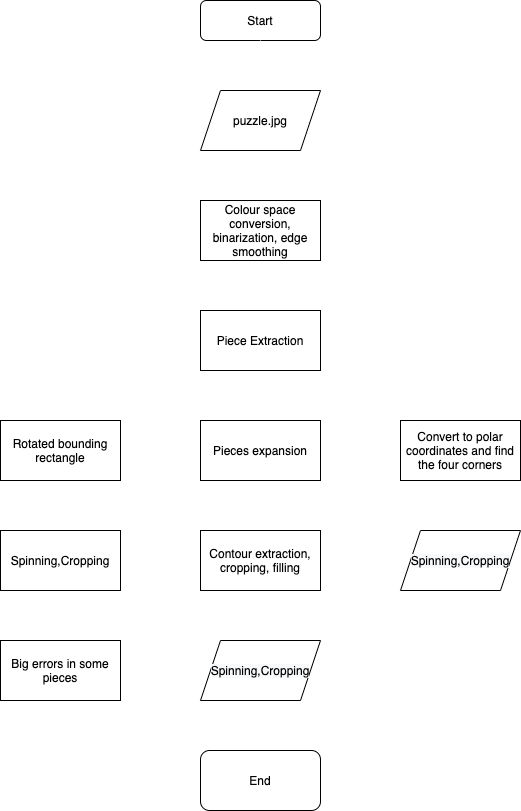
kangzou-s/OpenCV-Jigsaw keeps this draw.io diagram as img_presentation/jigsaw_Diagram.png. Above is the earlier version. Source tidied: cells renumbered, new cells last; positions are measured from the earlier drawing's top-left corner, leaving out a move shared by most shapes.
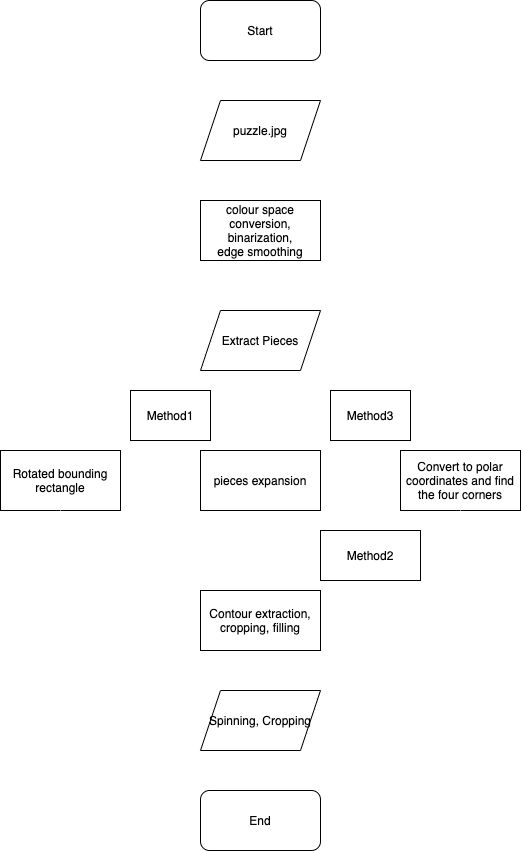
Above is the later version.

Diff of the diagram source:
```diff
@@ -2,99 +2,103 @@
   <root>
     <mxCell id="0" />
     <mxCell id="1" parent="0" />
+    <mxCell id="7" style="edgeStyle=orthogonalEdgeStyle;rounded=0;jettySize=auto;html=1;strokeColor=#FFFFFF;" parent="1" edge="1" source="2" target="4">
+      <mxGeometry relative="1" as="geometry" />
+    </mxCell>
-    <mxCell id="2" value="Start" style="rounded=1;whiteSpace=wrap;html=1;fontSize=12;glass=0;strokeWidth=1;shadow=0;" parent="1" vertex="1">
-      <mxGeometry x="200" width="120" height="40" as="geometry" />
+    <mxCell id="2" value="Start" style="rounded=1;whiteSpace=wrap;html=1;" parent="1" vertex="1">
+      <mxGeometry x="228" y="100" width="120" height="60" as="geometry" />
     </mxCell>
-    <mxCell id="3" style="edgeStyle=orthogonalEdgeStyle;rounded=0;jettySize=auto;html=1;strokeColor=#FFFFFF;" parent="1" edge="1" source="4">
-      <mxGeometry relative="1" as="geometry">
-        <mxPoint x="260" y="200" as="targetPoint" />
-        <Array as="points">
-          <mxPoint x="260" y="180" />
-          <mxPoint x="260" y="180" />
-        </Array>
-      </mxGeometry>
-    </mxCell>
+    <mxCell id="28" style="edgeStyle=orthogonalEdgeStyle;rounded=0;jettySize=auto;html=1;strokeColor=#FFFFFF;" parent="1" edge="1" source="29" target="32">
+      <mxGeometry relative="1" as="geometry" />
+    </mxCell>
+    <mxCell id="29" value="colour space&lt;br&gt;conversion,&lt;br&gt;binarization,&lt;br&gt;edge smoothing" style="rounded=0;whiteSpace=wrap;html=1;" parent="1" vertex="1">
+      <mxGeometry x="228" y="300" width="120" height="60" as="geometry" />
+    </mxCell>
+    <mxCell id="30" style="edgeStyle=orthogonalEdgeStyle;rounded=0;jettySize=auto;html=1;strokeColor=#FFFFFF;" parent="1" edge="1" source="4" target="29">
+      <mxGeometry relative="1" as="geometry" />
+    </mxCell>
     <mxCell id="4" value="puzzle.jpg" style="shape=parallelogram;perimeter=parallelogramPerimeter;whiteSpace=wrap;html=1;fixedSize=1;" parent="1" vertex="1">
-      <mxGeometry x="200" y="90" width="120" height="60" as="geometry" />
+      <mxGeometry x="228" y="200" width="120" height="60" as="geometry" />
     </mxCell>
-    <mxCell id="5" style="edgeStyle=orthogonalEdgeStyle;rounded=0;jettySize=auto;html=1;strokeColor=#FFFFFF;" parent="1" edge="1" source="6">
-      <mxGeometry relative="1" as="geometry">
-        <mxPoint x="260" y="310" as="targetPoint" />
-      </mxGeometry>
-    </mxCell>
-    <mxCell id="6" value="Colour space conversion, binarization, edge smoothing" style="whiteSpace=wrap;html=1;" parent="1" vertex="1">
-      <mxGeometry x="200" y="200" width="120" height="60" as="geometry" />
-    </mxCell>
-    <mxCell id="7" style="endArrow=classic;html=1;exitX=0.5;exitY=1;exitDx=0;exitDy=0;strokeColor=#FFFFFF;" parent="1" edge="1" source="2" target="4">
-      <mxGeometry relative="1" as="geometry" />
-    </mxCell>
-    <mxCell id="8" style="edgeStyle=orthogonalEdgeStyle;rounded=0;jettySize=auto;html=1;strokeColor=#FFFFFF;" parent="1" edge="1" source="9" target="13">
-      <mxGeometry relative="1" as="geometry" />
-    </mxCell>
-    <mxCell id="9" value="Piece Extraction" style="whiteSpace=wrap;html=1;" parent="1" vertex="1">
-      <mxGeometry x="200" y="310" width="120" height="60" as="geometry" />
-    </mxCell>
-    <mxCell id="10" style="edgeStyle=orthogonalEdgeStyle;rounded=0;jettySize=auto;html=1;strokeColor=#FFFFFF;" parent="1" edge="1" source="13" target="15">
-      <mxGeometry relative="1" as="geometry" />
-    </mxCell>
-    <mxCell id="11" style="edgeStyle=orthogonalEdgeStyle;rounded=0;jettySize=auto;html=1;strokeColor=#FFFFFF;" parent="1" edge="1" source="13" target="17">
-      <mxGeometry relative="1" as="geometry" />
-    </mxCell>
-    <mxCell id="12" style="edgeStyle=orthogonalEdgeStyle;rounded=0;jettySize=auto;html=1;strokeColor=#FFFFFF;" parent="1" edge="1" source="13" target="22">
-      <mxGeometry relative="1" as="geometry" />
-    </mxCell>
-    <mxCell id="13" value="Pieces expansion" style="whiteSpace=wrap;html=1;" parent="1" vertex="1">
-      <mxGeometry x="200" y="420" width="120" height="60" as="geometry" />
-    </mxCell>
-    <mxCell id="14" style="edgeStyle=orthogonalEdgeStyle;rounded=0;jettySize=auto;html=1;strokeColor=#FFFFFF;" parent="1" edge="1" source="15">
-      <mxGeometry relative="1" as="geometry">
-        <mxPoint x="260" y="640" as="targetPoint" />
-      </mxGeometry>
-    </mxCell>
+    <mxCell id="31" style="edgeStyle=orthogonalEdgeStyle;rounded=0;jettySize=auto;html=1;strokeColor=#FFFFFF;" parent="1" edge="1" source="32" target="36">
+      <mxGeometry relative="1" as="geometry" />
+    </mxCell>
+    <mxCell id="32" value="Extract Pieces" style="shape=parallelogram;perimeter=parallelogramPerimeter;whiteSpace=wrap;html=1;fixedSize=1;rounded=0;" parent="1" vertex="1">
+      <mxGeometry x="228" y="410" width="120" height="60" as="geometry" />
+    </mxCell>
+    <mxCell id="33" style="edgeStyle=orthogonalEdgeStyle;rounded=0;jettySize=auto;html=1;strokeColor=#FFFFFF;" parent="1" edge="1" source="36" target="15">
+      <mxGeometry relative="1" as="geometry" />
+    </mxCell>
+    <mxCell id="34" style="edgeStyle=orthogonalEdgeStyle;rounded=0;jettySize=auto;html=1;strokeColor=#FFFFFF;" parent="1" edge="1" source="36" target="22">
+      <mxGeometry relative="1" as="geometry" />
+    </mxCell>
+    <mxCell id="35" style="edgeStyle=orthogonalEdgeStyle;rounded=0;jettySize=auto;html=1;strokeColor=#FFFFFF;" parent="1" edge="1" source="36" target="17">
+      <mxGeometry relative="1" as="geometry" />
+    </mxCell>
+    <mxCell id="36" value="pieces expansion" style="rounded=0;whiteSpace=wrap;html=1;" parent="1" vertex="1">
+      <mxGeometry x="228" y="550" width="120" height="60" as="geometry" />
+    </mxCell>
+    <mxCell id="37" style="edgeStyle=orthogonalEdgeStyle;rounded=0;jettySize=auto;html=1;strokeColor=#FFFFFF;" parent="1" edge="1" source="15" target="39">
+      <mxGeometry relative="1" as="geometry" />
+    </mxCell>
-    <mxCell id="15" value="Contour extraction, cropping, filling" style="whiteSpace=wrap;html=1;" parent="1" vertex="1">
-      <mxGeometry x="200" y="530" width="120" height="60" as="geometry" />
+    <mxCell id="15" value="Contour extraction,&lt;br&gt;cropping, filling" style="whiteSpace=wrap;html=1;rounded=0;" parent="1" vertex="1">
+      <mxGeometry x="228" y="690" width="120" height="60" as="geometry" />
     </mxCell>
-    <mxCell id="16" style="edgeStyle=orthogonalEdgeStyle;rounded=0;jettySize=auto;html=1;strokeColor=#FFFFFF;" parent="1" edge="1" source="17" target="19">
-      <mxGeometry relative="1" as="geometry" />
-    </mxCell>
+    <mxCell id="38" style="edgeStyle=orthogonalEdgeStyle;rounded=0;jettySize=auto;html=1;strokeColor=#FFFFFF;" parent="1" edge="1" source="39" target="27">
+      <mxGeometry relative="1" as="geometry" />
+    </mxCell>
+    <mxCell id="39" value="Spinning, Cropping" style="shape=parallelogram;perimeter=parallelogramPerimeter;whiteSpace=wrap;html=1;fixedSize=1;rounded=0;" parent="1" vertex="1">
+      <mxGeometry x="228" y="790" width="120" height="60" as="geometry" />
+    </mxCell>
+    <mxCell id="27" value="End" style="rounded=1;whiteSpace=wrap;html=1;" parent="1" vertex="1">
+      <mxGeometry x="228" y="890" width="120" height="60" as="geometry" />
+    </mxCell>
+    <mxCell id="22" value="Convert to polar coordinates and find the four corners" style="whiteSpace=wrap;html=1;rounded=0;" parent="1" vertex="1">
+      <mxGeometry x="428" y="550" width="120" height="60" as="geometry" />
+    </mxCell>
-    <mxCell id="17" value="Rotated bounding rectangle" style="whiteSpace=wrap;html=1;" parent="1" vertex="1">
-      <mxGeometry y="420" width="120" height="60" as="geometry" />
+    <mxCell id="17" value="Rotated bounding rectangle" style="whiteSpace=wrap;html=1;rounded=0;" parent="1" vertex="1">
+      <mxGeometry x="28" y="550" width="120" height="60" as="geometry" />
     </mxCell>
-    <mxCell id="18" style="edgeStyle=orthogonalEdgeStyle;rounded=0;jettySize=auto;html=1;strokeColor=#FFFFFF;" parent="1" edge="1" source="19" target="20">
-      <mxGeometry relative="1" as="geometry" />
-    </mxCell>
-    <mxCell id="19" value="Spinning,Cropping" style="whiteSpace=wrap;html=1;" parent="1" vertex="1">
-      <mxGeometry y="530" width="120" height="60" as="geometry" />
-    </mxCell>
-    <mxCell id="20" value="Big errors in some pieces" style="whiteSpace=wrap;html=1;" parent="1" vertex="1">
-      <mxGeometry y="640" width="120" height="60" as="geometry" />
-    </mxCell>
-    <mxCell id="21" style="edgeStyle=orthogonalEdgeStyle;rounded=0;jettySize=auto;html=1;strokeColor=#FFFFFF;" parent="1" edge="1" source="22">
-      <mxGeometry relative="1" as="geometry">
-        <mxPoint x="460" y="530" as="targetPoint" />
-      </mxGeometry>
-    </mxCell>
-    <mxCell id="22" value="Convert to polar coordinates and find the four corners" style="whiteSpace=wrap;html=1;" parent="1" vertex="1">
-      <mxGeometry x="400" y="420" width="120" height="60" as="geometry" />
-    </mxCell>
-    <mxCell id="23" style="edgeStyle=orthogonalEdgeStyle;rounded=0;jettySize=auto;html=1;strokeColor=#FFFFFF;" parent="1" edge="1" source="24" target="27">
-      <mxGeometry relative="1" as="geometry" />
-    </mxCell>
-    <mxCell id="24" value="&lt;meta charset=&quot;utf-8&quot;&gt;&lt;span style=&quot;color: rgb(0, 0, 0); font-family: helvetica; font-size: 12px; font-style: normal; font-weight: 400; letter-spacing: normal; text-align: center; text-indent: 0px; text-transform: none; word-spacing: 0px; background-color: rgb(248, 249, 250); display: inline; float: none;&quot;&gt;Spinning,Cropping&lt;/span&gt;" style="shape=parallelogram;perimeter=parallelogramPerimeter;whiteSpace=wrap;html=1;fixedSize=1;" parent="1" vertex="1">
-      <mxGeometry x="200" y="640" width="120" height="60" as="geometry" />
-    </mxCell>
-    <mxCell id="25" style="edgeStyle=orthogonalEdgeStyle;rounded=0;jettySize=auto;html=1;entryX=1;entryY=0.5;entryDx=0;entryDy=0;strokeColor=#FFFFFF;" parent="1" edge="1" source="26" target="27">
-      <mxGeometry relative="1" as="geometry">
-        <Array as="points">
-          <mxPoint x="460" y="780" />
-        </Array>
-      </mxGeometry>
-    </mxCell>
-    <mxCell id="26" value="&lt;meta charset=&quot;utf-8&quot;&gt;&lt;span style=&quot;color: rgb(0, 0, 0); font-family: helvetica; font-size: 12px; font-style: normal; font-weight: 400; letter-spacing: normal; text-align: center; text-indent: 0px; text-transform: none; word-spacing: 0px; background-color: rgb(248, 249, 250); display: inline; float: none;&quot;&gt;Spinning,Cropping&lt;/span&gt;" style="shape=parallelogram;perimeter=parallelogramPerimeter;whiteSpace=wrap;html=1;fixedSize=1;" parent="1" vertex="1">
-      <mxGeometry x="400" y="530" width="120" height="60" as="geometry" />
-    </mxCell>
-    <mxCell id="27" value="End" style="rounded=1;whiteSpace=wrap;html=1;" parent="1" vertex="1">
-      <mxGeometry x="200" y="750" width="120" height="60" as="geometry" />
-    </mxCell>
+    <mxCell id="40" style="endArrow=classic;html=1;exitX=0.5;exitY=1;exitDx=0;exitDy=0;entryX=0;entryY=0.5;entryDx=0;entryDy=0;strokeColor=#FFFFFF;" parent="1" edge="1" source="17" target="39">
+      <mxGeometry relative="1" as="geometry">
+        <Array as="points">
+          <mxPoint x="88" y="820" />
+        </Array>
+      </mxGeometry>
+    </mxCell>
+    <mxCell id="41" style="endArrow=classic;html=1;exitX=0.5;exitY=1;exitDx=0;exitDy=0;entryX=1;entryY=0.5;entryDx=0;entryDy=0;strokeColor=#FFFFFF;" parent="1" edge="1" source="22" target="39">
+      <mxGeometry relative="1" as="geometry">
+        <Array as="points">
+          <mxPoint x="488" y="820" />
+        </Array>
+      </mxGeometry>
+    </mxCell>
+    <mxCell id="42" style="endArrow=none;dashed=1;html=1;dashPattern=1 3;strokeWidth=2;strokeColor=#FFFFFF;" parent="1" edge="1">
+      <mxGeometry relative="1" as="geometry">
+        <mxPoint x="198" y="580" as="sourcePoint" />
+        <mxPoint x="197.5" y="530" as="targetPoint" />
+      </mxGeometry>
+    </mxCell>
+    <mxCell id="43" value="Method1" style="rounded=0;whiteSpace=wrap;html=1;" parent="1" vertex="1">
+      <mxGeometry x="158" y="490" width="80" height="50" as="geometry" />
+    </mxCell>
+    <mxCell id="44" style="endArrow=none;dashed=1;html=1;dashPattern=1 3;strokeWidth=2;strokeColor=#FFFFFF;" parent="1" edge="1">
+      <mxGeometry relative="1" as="geometry">
+        <mxPoint x="288" y="660" as="sourcePoint" />
+        <mxPoint x="348" y="660" as="targetPoint" />
+      </mxGeometry>
+    </mxCell>
+    <mxCell id="45" value="Method2" style="rounded=0;whiteSpace=wrap;html=1;" parent="1" vertex="1">
+      <mxGeometry x="348" y="630" width="100" height="50" as="geometry" />
+    </mxCell>
+    <mxCell id="46" style="endArrow=none;dashed=1;html=1;dashPattern=1 3;strokeWidth=2;strokeColor=#FFFFFF;" parent="1" edge="1">
+      <mxGeometry relative="1" as="geometry">
+        <mxPoint x="388" y="580" as="sourcePoint" />
+        <mxPoint x="388" y="540" as="targetPoint" />
+      </mxGeometry>
+    </mxCell>
+    <mxCell id="47" value="Method3" style="rounded=0;whiteSpace=wrap;html=1;" parent="1" vertex="1">
+      <mxGeometry x="358" y="490" width="80" height="50" as="geometry" />
+    </mxCell>
   </root>
 </mxGraphModel>
```
